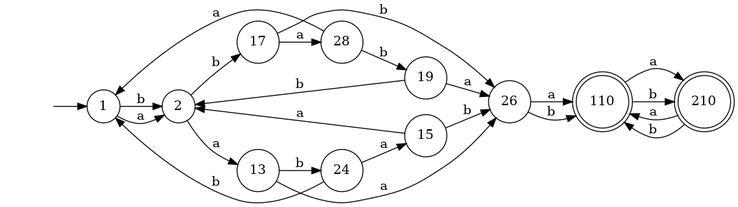
Earlier version of the Graphviz export images/pic3_5_2.dot.png (NRU-MPEI-IMAI/regular-languages-and-finite-machines-hmuriyMax). Its source is kept beside it as images/pic3_5_2.dot.
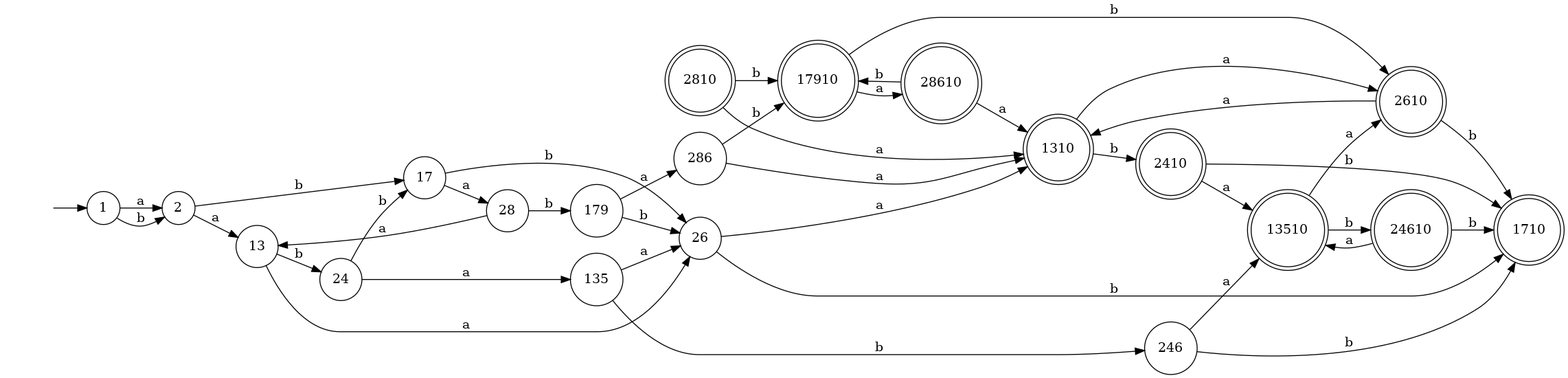
The same diagram one commit later.

The edit, as a diff of the source:
```diff
@@ -8,10 +8,19 @@
   node [shape = circle, label="26"]; 26;
   node [shape = circle, label="24"]; 24;
   node [shape = circle, label="28"]; 28;
-  node [shape = doublecircle, label="110"]; 110;
-  node [shape = circle, label="15"]; 15;
-  node [shape = circle, label="19"]; 19;
-  node [shape = doublecircle, label="210"]; 210;
+  node [shape = circle, label="135"]; 135;
+  node [shape = circle, label="179"]; 179;
+  node [shape = circle, label="246"]; 246;
+  node [shape = circle, label="286"]; 286;
+  node [shape = doublecircle, label="1310"]; 1310;
+  node [shape = doublecircle, label="1710"]; 1710;
+  node [shape = doublecircle, label="2610"]; 2610;
+  node [shape = doublecircle, label="2410"]; 2410;
+  node [shape = doublecircle, label="2810"]; 2810;
+  node [shape = doublecircle, label="13510"]; 13510;
+  node [shape = doublecircle, label="17910"]; 17910;
+  node [shape = doublecircle, label="24610"]; 24610;
+  node [shape = doublecircle, label="28610"]; 28610;
   0 -> 1 [label=""]
   1 -> 2 [label = "a"];
   1 -> 2 [label = "b"];
@@ -21,18 +30,34 @@
   13 -> 24 [label = "b"];
   17 -> 28 [label = "a"];
   17 -> 26 [label = "b"];
-  26 -> 110 [label = "a"];
-  26 -> 110 [label = "b"];
-  24 -> 15 [label = "a"];
-  24 -> 1 [label = "b"];
-  28 -> 1 [label = "a"];
-  28 -> 19 [label = "b"];
-  110 -> 210 [label = "a"];
-  110 -> 210 [label = "b"];
-  15 -> 2 [label = "a"];
-  15 -> 26 [label = "b"];
-  19 -> 26 [label = "a"];
-  19 -> 2 [label = "b"];
-  210 -> 110 [label = "a"];
-  210 -> 110 [label = "b"];
+  26 -> 1310 [label = "a"];
+  26 -> 1710 [label = "b"];
+  24 -> 135 [label = "a"];
+  24 -> 17 [label = "b"];
+  28 -> 13 [label = "a"];
+  28 -> 179 [label = "b"];
+  1310 -> 2610 [label = "a"];
+  1310 -> 2410 [label = "b"];
+  135 -> 26 [label = "a"];
+  135 -> 246 [label = "b"];
+  179 -> 286 [label = "a"];
+  179 -> 26 [label = "b"];
+  246 -> 13510 [label = "a"];
+  246 -> 1710 [label = "b"];
+  286 -> 1310 [label = "a"];
+  286 -> 17910 [label = "b"];
+  2610 -> 1310 [label = "a"];
+  2610 -> 1710 [label = "b"];
+  2410 -> 13510 [label = "a"];
+  2410 -> 1710 [label = "b"];
+  2810 -> 1310 [label = "a"];
+  2810 -> 17910 [label = "b"];
+  13510 -> 2610 [label = "a"];
+  13510 -> 24610 [label = "b"];
+  17910 -> 28610 [label = "a"];
+  17910 -> 2610 [label = "b"];
+  24610 -> 13510 [label = "a"];
+  24610 -> 1710 [label = "b"];
+  28610 -> 1310 [label = "a"];
+  28610 -> 17910 [label = "b"];
 }
```
